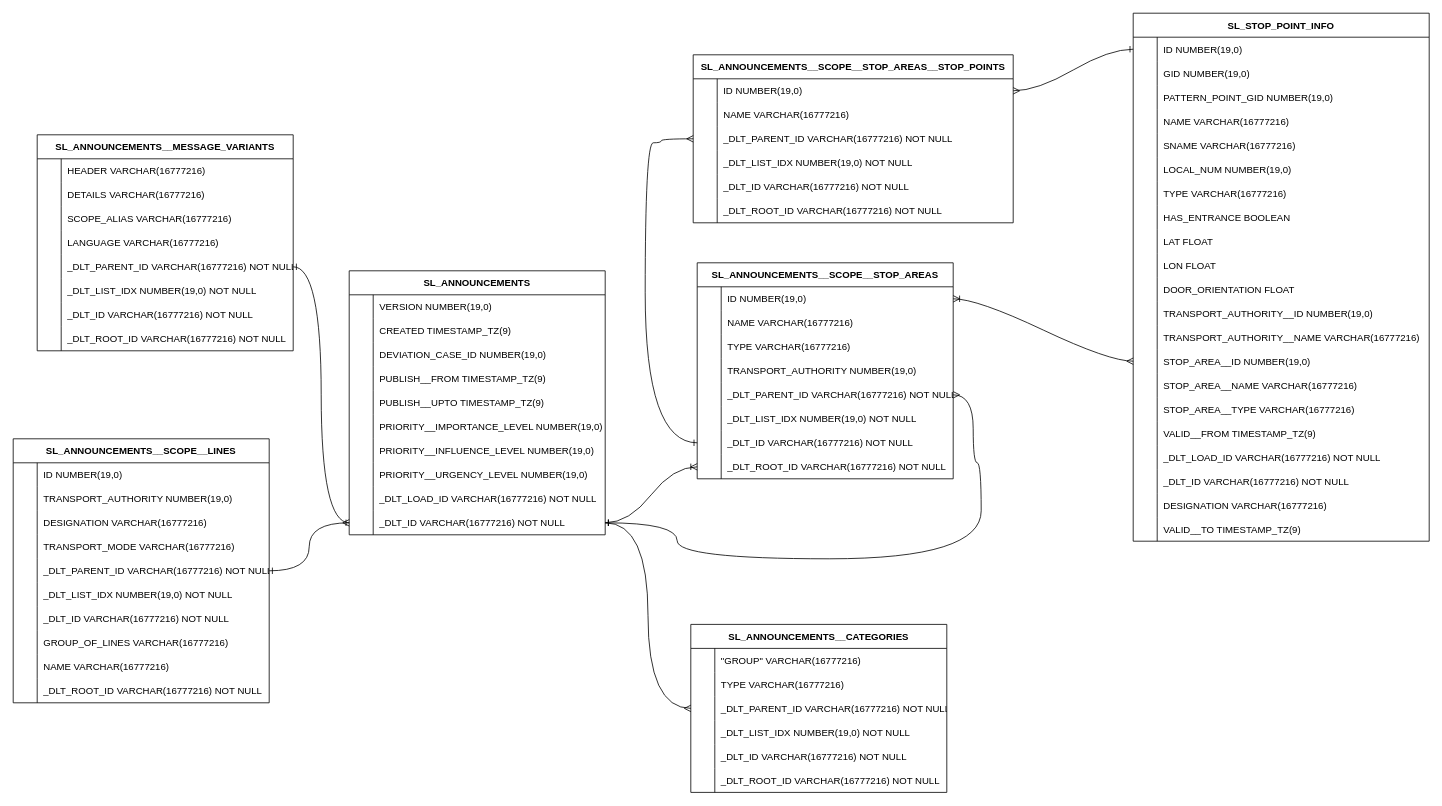
Above: dimensional_model/staging_sl_dim_model.drawio in larissadovgoborets/traffic_sthlm (draw.io), before the change. Source tidied: cells renumbered, new cells numbered last; positions are measured from the earlier drawing's top-left corner, leaving out a move shared by most shapes. Both pictures are drawn from the tidied source at 80%, with x=0, y=0 at pixel (13, 13).
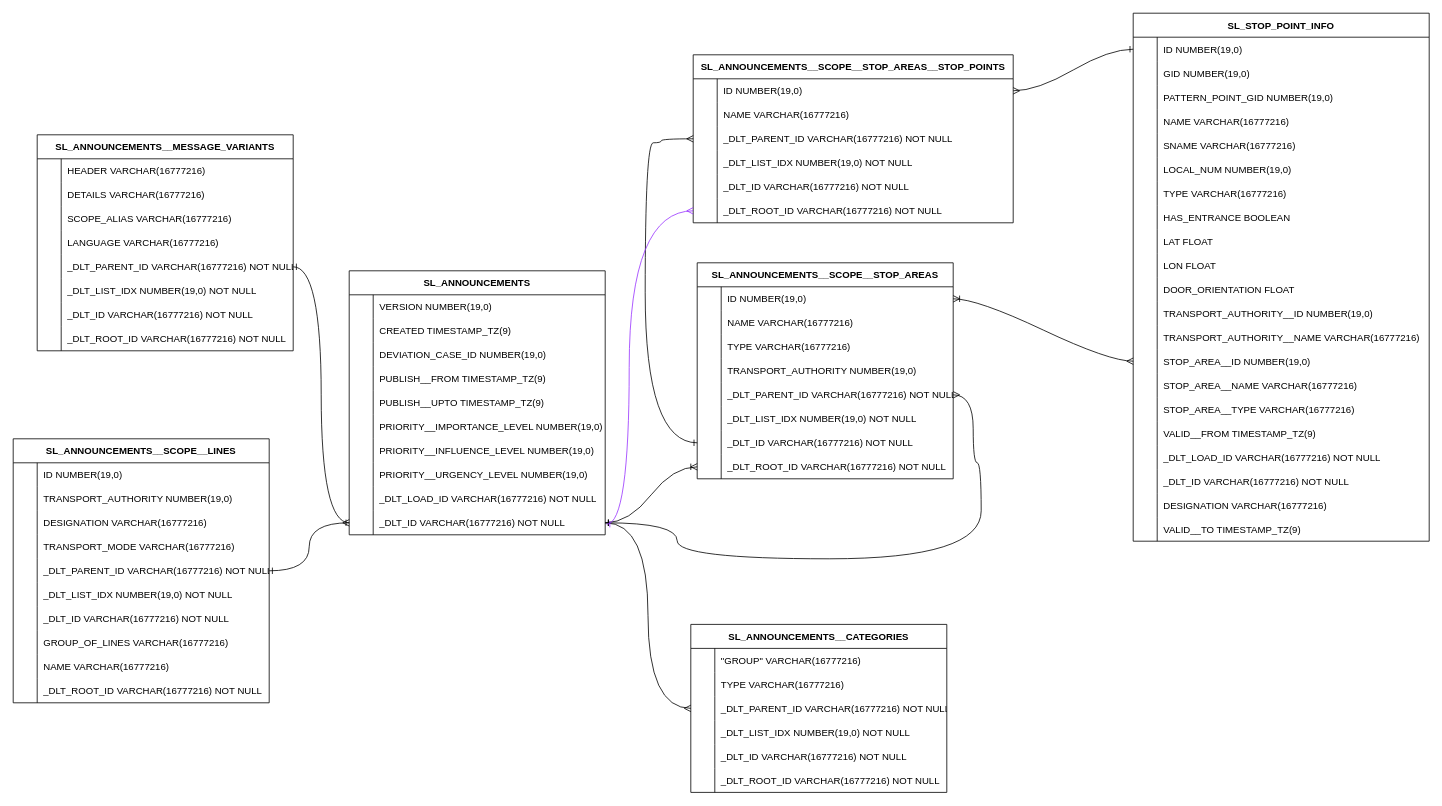
Above is the later version.

Commit message:
add a line to highlight relation between sl_announcement table and sl_stop_info table

The change refers to these unchanged cells:
```xml
<mxCell id="151" style="shape=tableRow;horizontal=0;startSize=0;swimlaneHead=0;swimlaneBody=0;fillColor=none;points=[[0,0.5],[1,0.5]];portConstraint=eastwest;strokeColor=inherit;top=0;left=0;right=0;bottom=0;" parent="135" vertex="1">
  <mxGeometry y="180" width="400" height="30" as="geometry" />
</mxCell>
```

The edit, as a diff of the source:
```diff
@@
+    <mxCell id="224" style="edgeStyle=orthogonalEdgeStyle;html=1;exitX=0;exitY=0.5;exitDx=0;exitDy=0;curved=1;startArrow=ERmany;startFill=0;endArrow=ERone;endFill=0;strokeColor=#9933FF;" parent="1" edge="1" source="151">
+      <mxGeometry relative="1" as="geometry">
+        <mxPoint x="741.8" y="638.7" as="targetPoint" />
+        <Array as="points">
+          <mxPoint x="770" y="247" />
+          <mxPoint x="770" y="639" />
+        </Array>
+      </mxGeometry>
+    </mxCell>
```
